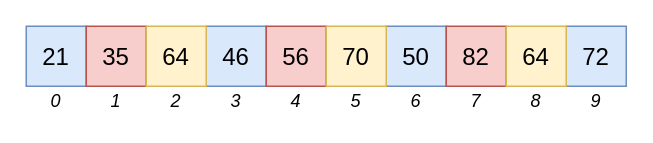
Above: shellsort2.drawio in ppoblete/CC3001-2020-2-Tareas (draw.io), before the change. Source tidied: cells renumbered, new cells numbered last; positions are measured from the earlier drawing's top-left corner, leaving out a move shared by most shapes. Both pictures are drawn from the tidied source at 150%, with x=0, y=0 at pixel (26, 26).
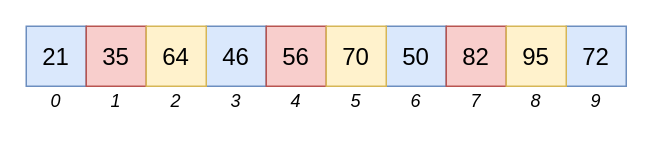
After the change.

What changed in the source:
```diff
@@
-    <mxCell id="11" value="&lt;font face=&quot;cm&quot; style=&quot;font-size: 16px&quot;&gt;64&lt;/font&gt;" style="whiteSpace=wrap;html=1;fillColor=#fff2cc;strokeColor=#d6b656;" parent="1" vertex="1">
+    <mxCell id="11" value="&lt;font face=&quot;cm&quot; style=&quot;font-size: 16px&quot;&gt;95&lt;/font&gt;" style="whiteSpace=wrap;html=1;fillColor=#fff2cc;strokeColor=#d6b656;" parent="1" vertex="1">
       <mxGeometry x="320" width="40" height="40" as="geometry" />
     </mxCell>
```
